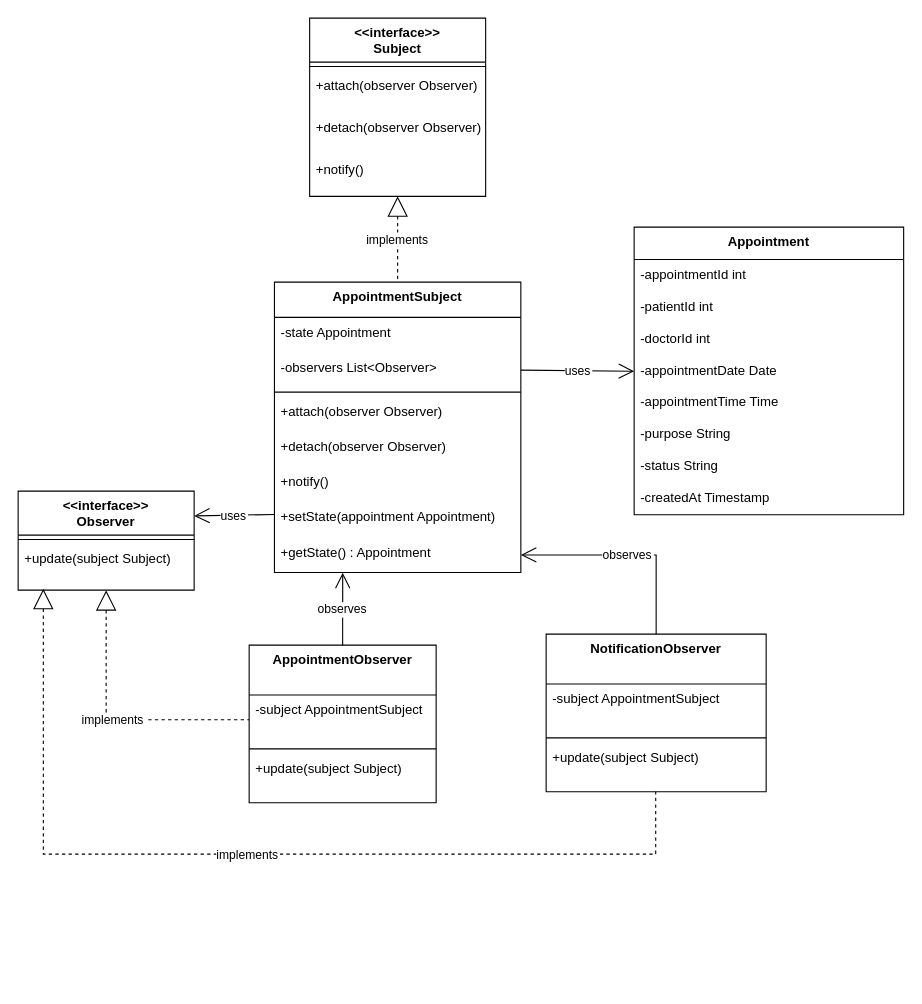
Before: uml/Observer.drawio in TAAgnes3110/DesignPatterns, a draw.io diagram. Source tidied: cells renumbered, new cells numbered last; positions are measured from the earlier drawing's top-left corner, leaving out a move shared by most shapes. Both pictures are drawn from the tidied source at 110%, with x=0, y=0 at pixel (18, 18).
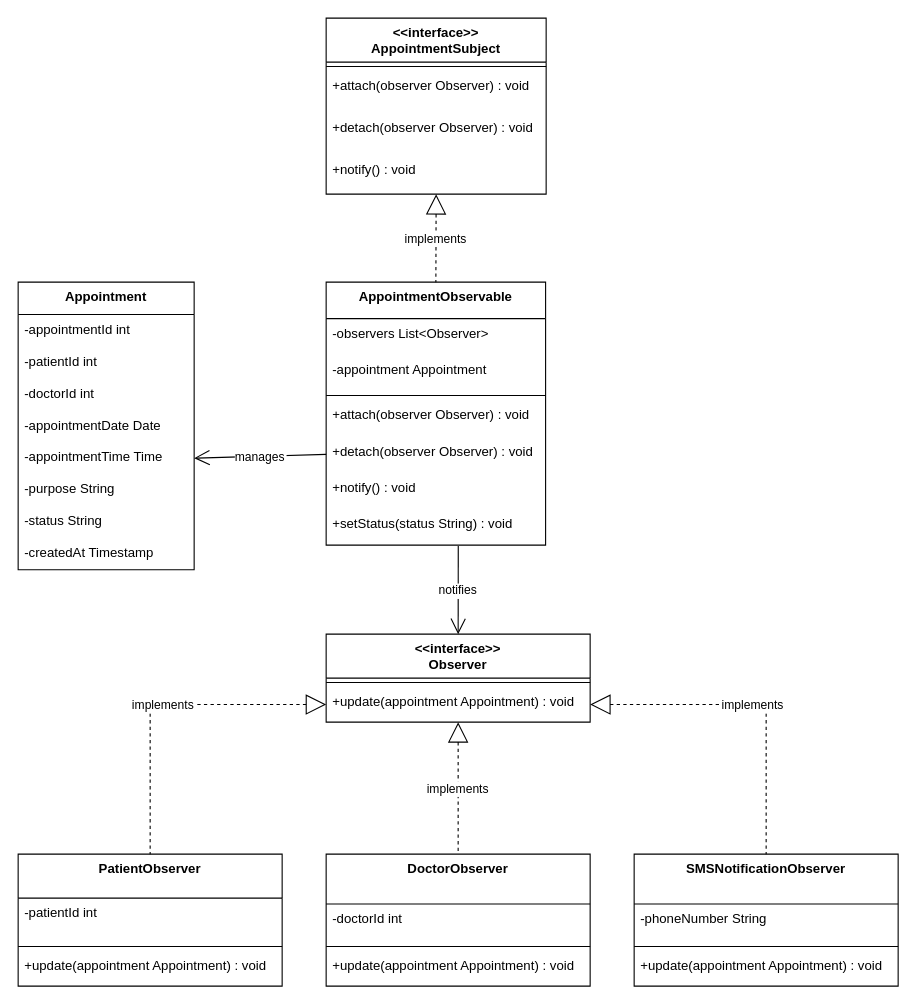
After the change.

Diff of the diagram source:
```diff
@@
-    <mxCell id="2" value="&lt;&lt;interface&gt;&gt;&#10;Subject" style="swimlane;fontStyle=1;align=center;verticalAlign=top;horizontal=1;startSize=40;" parent="1" vertex="1">
-      <mxGeometry x="265" width="160" height="162" as="geometry" />
-    </mxCell>
-    <mxCell id="3" style="line;strokeWidth=1;fillColor=none;align=left;verticalAlign=middle;spacingTop=-1;spacingLeft=3;spacingRight=3;labelPosition=right;strokeColor=inherit;" parent="2" vertex="1">
-      <mxGeometry y="40" width="160" height="8" as="geometry" />
-    </mxCell>
-    <mxCell id="4" value="+attach(observer Observer)" style="text;strokeColor=none;fillColor=none;align=left;verticalAlign=top;spacingLeft=4;spacingRight=4;overflow=hidden;" parent="2" vertex="1">
-      <mxGeometry y="48" width="160" height="38" as="geometry" />
-    </mxCell>
-    <mxCell id="5" value="+detach(observer Observer)" style="text;strokeColor=none;fillColor=none;align=left;verticalAlign=top;spacingLeft=4;spacingRight=4;overflow=hidden;" parent="2" vertex="1">
-      <mxGeometry y="86" width="160" height="38" as="geometry" />
-    </mxCell>
-    <mxCell id="6" value="+notify()" style="text;strokeColor=none;fillColor=none;align=left;verticalAlign=top;spacingLeft=4;spacingRight=4;overflow=hidden;" parent="2" vertex="1">
-      <mxGeometry y="124" width="160" height="38" as="geometry" />
-    </mxCell>
-    <mxCell id="7" value="AppointmentSubject" style="swimlane;fontStyle=1;align=center;verticalAlign=top;horizontal=1;startSize=32;" parent="1" vertex="1">
-      <mxGeometry x="233" y="240" width="224" height="264" as="geometry" />
-    </mxCell>
-    <mxCell id="8" value="-state Appointment" style="text;strokeColor=none;fillColor=none;align=left;verticalAlign=top;spacingLeft=4;spacingRight=4;overflow=hidden;" parent="7" vertex="1">
-      <mxGeometry y="32" width="224" height="32" as="geometry" />
-    </mxCell>
-    <mxCell id="9" value="-observers List&lt;Observer&gt;" style="text;strokeColor=none;fillColor=none;align=left;verticalAlign=top;spacingLeft=4;spacingRight=4;overflow=hidden;points=[[0,0.5],[1,0.5]];portConstraint=eastwest;" parent="7" vertex="1">
-      <mxGeometry y="64" width="224" height="32" as="geometry" />
-    </mxCell>
-    <mxCell id="10" style="line;strokeWidth=1;fillColor=none;align=left;verticalAlign=middle;spacingTop=-1;spacingLeft=3;spacingRight=3;labelPosition=right;strokeColor=inherit;" parent="7" vertex="1">
-      <mxGeometry y="96" width="224" height="8" as="geometry" />
-    </mxCell>
-    <mxCell id="11" value="+attach(observer Observer)" style="text;strokeColor=none;fillColor=none;align=left;verticalAlign=top;spacingLeft=4;spacingRight=4;overflow=hidden;" parent="7" vertex="1">
-      <mxGeometry y="104" width="224" height="32" as="geometry" />
-    </mxCell>
-    <mxCell id="12" value="+detach(observer Observer)" style="text;strokeColor=none;fillColor=none;align=left;verticalAlign=top;spacingLeft=4;spacingRight=4;overflow=hidden;" parent="7" vertex="1">
-      <mxGeometry y="136" width="224" height="32" as="geometry" />
-    </mxCell>
-    <mxCell id="13" value="+notify()" style="text;strokeColor=none;fillColor=none;align=left;verticalAlign=top;spacingLeft=4;spacingRight=4;overflow=hidden;" parent="7" vertex="1">
-      <mxGeometry y="168" width="224" height="32" as="geometry" />
-    </mxCell>
-    <mxCell id="14" value="+setState(appointment Appointment)" style="text;strokeColor=none;fillColor=none;align=left;verticalAlign=top;spacingLeft=4;spacingRight=4;overflow=hidden;" parent="7" vertex="1">
-      <mxGeometry y="200" width="224" height="32" as="geometry" />
-    </mxCell>
-    <mxCell id="15" value="+getState() : Appointment" style="text;strokeColor=none;fillColor=none;align=left;verticalAlign=top;spacingLeft=4;spacingRight=4;overflow=hidden;points=[[0,0.5],[1,0.5]];portConstraint=eastwest;" parent="7" vertex="1">
-      <mxGeometry y="232" width="224" height="32" as="geometry" />
-    </mxCell>
-    <mxCell id="16" value="&lt;&lt;interface&gt;&gt;&#10;Observer" style="swimlane;fontStyle=1;align=center;verticalAlign=top;horizontal=1;startSize=40;" parent="1" vertex="1">
-      <mxGeometry y="430" width="160" height="90" as="geometry" />
-    </mxCell>
-    <mxCell id="17" style="line;strokeWidth=1;fillColor=none;align=left;verticalAlign=middle;spacingTop=-1;spacingLeft=3;spacingRight=3;labelPosition=right;strokeColor=inherit;" parent="16" vertex="1">
-      <mxGeometry y="40" width="160" height="8" as="geometry" />
-    </mxCell>
-    <mxCell id="18" value="+update(subject Subject)" style="text;strokeColor=none;fillColor=none;align=left;verticalAlign=top;spacingLeft=4;spacingRight=4;overflow=hidden;points=[[0,0.5],[1,0.5]];portConstraint=eastwest;" parent="16" vertex="1">
-      <mxGeometry y="48" width="160" height="42" as="geometry" />
-    </mxCell>
-    <mxCell id="19" style="edgeStyle=orthogonalEdgeStyle;rounded=0;orthogonalLoop=1;jettySize=auto;html=1;exitX=1;exitY=0.5;exitDx=0;exitDy=0;" parent="16" edge="1" source="18" target="18">
-      <mxGeometry relative="1" as="geometry" />
-    </mxCell>
-    <mxCell id="20" value="AppointmentObserver" style="swimlane;fontStyle=1;align=center;verticalAlign=top;horizontal=1;startSize=45.333333333333336;" parent="1" vertex="1">
-      <mxGeometry x="210" y="570" width="170" height="143.3" as="geometry" />
-    </mxCell>
-    <mxCell id="21" value="-subject AppointmentSubject" style="text;strokeColor=none;fillColor=none;align=left;verticalAlign=top;spacingLeft=4;spacingRight=4;overflow=hidden;points=[[0,0.5],[1,0.5]];portConstraint=eastwest;" parent="20" vertex="1">
-      <mxGeometry y="45.3" width="170" height="45" as="geometry" />
-    </mxCell>
-    <mxCell id="22" style="line;strokeWidth=1;fillColor=none;align=left;verticalAlign=middle;spacingTop=-1;spacingLeft=3;spacingRight=3;labelPosition=right;strokeColor=inherit;" parent="20" vertex="1">
-      <mxGeometry y="90.3" width="170" height="8" as="geometry" />
-    </mxCell>
-    <mxCell id="23" value="+update(subject Subject)" style="text;strokeColor=none;fillColor=none;align=left;verticalAlign=top;spacingLeft=4;spacingRight=4;overflow=hidden;" parent="20" vertex="1">
-      <mxGeometry y="98.3" width="170" height="45" as="geometry" />
-    </mxCell>
-    <mxCell id="24" value="NotificationObserver" style="swimlane;fontStyle=1;align=center;verticalAlign=top;horizontal=1;startSize=45.333333333333336;" parent="1" vertex="1">
-      <mxGeometry x="480" y="560" width="200" height="143.3" as="geometry" />
-    </mxCell>
-    <mxCell id="25" value="-subject AppointmentSubject" style="text;strokeColor=none;fillColor=none;align=left;verticalAlign=top;spacingLeft=4;spacingRight=4;overflow=hidden;" parent="24" vertex="1">
-      <mxGeometry y="45.3" width="200" height="45" as="geometry" />
-    </mxCell>
-    <mxCell id="26" style="line;strokeWidth=1;fillColor=none;align=left;verticalAlign=middle;spacingTop=-1;spacingLeft=3;spacingRight=3;labelPosition=right;strokeColor=inherit;" parent="24" vertex="1">
-      <mxGeometry y="90.3" width="200" height="8" as="geometry" />
-    </mxCell>
-    <mxCell id="27" value="+update(subject Subject)" style="text;strokeColor=none;fillColor=none;align=left;verticalAlign=top;spacingLeft=4;spacingRight=4;overflow=hidden;points=[[0,0.5],[1,0.5]];portConstraint=eastwest;" parent="24" vertex="1">
-      <mxGeometry y="98.3" width="200" height="45" as="geometry" />
-    </mxCell>
     <mxCell id="28" value="Appointment" style="swimlane;fontStyle=1;align=center;verticalAlign=top;horizontal=1;startSize=29.473684210526315;" parent="1" vertex="1">
-      <mxGeometry x="560" y="190" width="245" height="261.5" as="geometry" />
+      <mxGeometry y="240" width="160" height="261.5" as="geometry" />
     </mxCell>
     <mxCell id="29" value="-appointmentId int" style="text;strokeColor=none;fillColor=none;align=left;verticalAlign=top;spacingLeft=4;spacingRight=4;overflow=hidden;" parent="28" vertex="1">
-      <mxGeometry y="29.5" width="245" height="29" as="geometry" />
+      <mxGeometry y="29.5" width="160" height="29" as="geometry" />
     </mxCell>
-    <mxCell id="30" value="-patientId int" style="text;strokeColor=none;fillColor=none;align=left;verticalAlign=top;spacingLeft=4;spacingRight=4;overflow=hidden;" parent="28" vertex="1">
-      <mxGeometry y="58.5" width="245" height="29" as="geometry" />
-    </mxCell>
-    <mxCell id="31" value="-doctorId int" style="text;strokeColor=none;fillColor=none;align=left;verticalAlign=top;spacingLeft=4;spacingRight=4;overflow=hidden;" parent="28" vertex="1">
-      <mxGeometry y="87.5" width="245" height="29" as="geometry" />
-    </mxCell>
+    <mxCell id="44" value="-patientId int" style="text;strokeColor=none;fillColor=none;align=left;verticalAlign=top;spacingLeft=4;spacingRight=4;overflow=hidden;" parent="28" vertex="1">
+      <mxGeometry y="58.5" width="160" height="29" as="geometry" />
+    </mxCell>
+    <mxCell id="45" value="-doctorId int" style="text;strokeColor=none;fillColor=none;align=left;verticalAlign=top;spacingLeft=4;spacingRight=4;overflow=hidden;" parent="28" vertex="1">
+      <mxGeometry y="87.5" width="160" height="29" as="geometry" />
+    </mxCell>
     <mxCell id="32" value="-appointmentDate Date" style="text;strokeColor=none;fillColor=none;align=left;verticalAlign=top;spacingLeft=4;spacingRight=4;overflow=hidden;points=[[0,0.5],[1,0.5]];portConstraint=eastwest;" parent="28" vertex="1">
-      <mxGeometry y="116.5" width="245" height="29" as="geometry" />
+      <mxGeometry y="116.5" width="160" height="29" as="geometry" />
     </mxCell>
     <mxCell id="33" value="-appointmentTime Time" style="text;strokeColor=none;fillColor=none;align=left;verticalAlign=top;spacingLeft=4;spacingRight=4;overflow=hidden;points=[[0,0.5],[1,0.5]];portConstraint=eastwest;" parent="28" vertex="1">
-      <mxGeometry y="145.5" width="245" height="29" as="geometry" />
+      <mxGeometry y="145.5" width="160" height="29" as="geometry" />
     </mxCell>
     <mxCell id="34" value="-purpose String" style="text;strokeColor=none;fillColor=none;align=left;verticalAlign=top;spacingLeft=4;spacingRight=4;overflow=hidden;" parent="28" vertex="1">
-      <mxGeometry y="174.5" width="245" height="29" as="geometry" />
+      <mxGeometry y="174.5" width="160" height="29" as="geometry" />
     </mxCell>
     <mxCell id="35" value="-status String" style="text;strokeColor=none;fillColor=none;align=left;verticalAlign=top;spacingLeft=4;spacingRight=4;overflow=hidden;" parent="28" vertex="1">
-      <mxGeometry y="203.5" width="245" height="29" as="geometry" />
+      <mxGeometry y="203.5" width="160" height="29" as="geometry" />
     </mxCell>
     <mxCell id="36" value="-createdAt Timestamp" style="text;strokeColor=none;fillColor=none;align=left;verticalAlign=top;spacingLeft=4;spacingRight=4;overflow=hidden;" parent="28" vertex="1">
-      <mxGeometry y="232.5" width="245" height="29" as="geometry" />
+      <mxGeometry y="232.5" width="160" height="29" as="geometry" />
     </mxCell>
-    <mxCell id="37" value="implements" style="dashed=1;startArrow=block;startSize=16;startFill=0;endArrow=none;exitX=0.5;exitY=1;entryX=0.5;entryY=0;rounded=0;" parent="1" edge="1" source="2" target="7">
-      <mxGeometry relative="1" as="geometry" />
-    </mxCell>
-    <mxCell id="38" value="implements" style="dashed=1;startArrow=block;startSize=16;startFill=0;endArrow=none;exitX=0.5;exitY=1;entryX=0;entryY=0.5;rounded=0;edgeStyle=orthogonalEdgeStyle;entryDx=0;entryDy=0;" parent="1" edge="1" source="16" target="21">
-      <mxGeometry relative="1" as="geometry" />
-    </mxCell>
-    <mxCell id="39" value="implements" style="dashed=1;startArrow=block;startSize=16;startFill=0;endArrow=none;exitX=0.143;exitY=0.972;entryX=0.498;entryY=0.999;rounded=0;exitDx=0;exitDy=0;exitPerimeter=0;entryDx=0;entryDy=0;entryPerimeter=0;edgeStyle=orthogonalEdgeStyle;" parent="1" edge="1" source="18" target="27">
-      <mxGeometry relative="1" as="geometry">
-        <Array as="points">
-          <mxPoint x="23" y="760" />
-          <mxPoint x="580" y="760" />
-          <mxPoint x="580" y="703" />
-        </Array>
-      </mxGeometry>
-    </mxCell>
-    <mxCell id="40" value="uses" style="startArrow=none;endArrow=open;endSize=12;exitX=0;exitY=0.8;rounded=0;entryX=1;entryY=0.25;entryDx=0;entryDy=0;" parent="1" edge="1" source="7" target="16">
-      <mxGeometry relative="1" as="geometry" />
-    </mxCell>
-    <mxCell id="41" value="observes" style="startArrow=none;endArrow=open;endSize=12;exitX=0.5;exitY=0;rounded=0;exitDx=0;exitDy=0;entryX=0.277;entryY=1.006;entryDx=0;entryDy=0;entryPerimeter=0;" parent="1" edge="1" source="20" target="15">
-      <mxGeometry relative="1" as="geometry" />
-    </mxCell>
-    <mxCell id="42" value="observes" style="startArrow=none;endArrow=open;endSize=12;entryX=1;entryY=0.5;rounded=0;exitX=0.5;exitY=0;exitDx=0;exitDy=0;entryDx=0;entryDy=0;edgeStyle=orthogonalEdgeStyle;" parent="1" edge="1" source="24" target="15">
-      <mxGeometry relative="1" as="geometry" />
-    </mxCell>
-    <mxCell id="43" value="uses" style="startArrow=none;endArrow=open;endSize=12;exitX=1;exitY=0.5;entryX=0;entryY=0.5;rounded=0;exitDx=0;exitDy=0;entryDx=0;entryDy=0;" parent="1" edge="1" source="9" target="32">
-      <mxGeometry relative="1" as="geometry" />
-    </mxCell>
+    <mxCell id="46" value="&lt;&lt;interface&gt;&gt;&#10;AppointmentSubject" style="swimlane;fontStyle=1;align=center;verticalAlign=top;horizontal=1;startSize=40;" parent="1" vertex="1">
+      <mxGeometry x="280" width="200" height="160" as="geometry" />
+    </mxCell>
+    <mxCell id="47" style="line;strokeWidth=1;fillColor=none;align=left;verticalAlign=middle;spacingTop=-1;spacingLeft=3;spacingRight=3;labelPosition=right;strokeColor=inherit;" parent="46" vertex="1">
+      <mxGeometry y="40" width="200" height="8" as="geometry" />
+    </mxCell>
+    <mxCell id="48" value="+attach(observer Observer) : void" style="text;strokeColor=none;fillColor=none;align=left;verticalAlign=top;spacingLeft=4;spacingRight=4;overflow=hidden;" parent="46" vertex="1">
+      <mxGeometry y="48" width="200" height="38" as="geometry" />
+    </mxCell>
+    <mxCell id="49" value="+detach(observer Observer) : void" style="text;strokeColor=none;fillColor=none;align=left;verticalAlign=top;spacingLeft=4;spacingRight=4;overflow=hidden;" parent="46" vertex="1">
+      <mxGeometry y="86" width="200" height="38" as="geometry" />
+    </mxCell>
+    <mxCell id="50" value="+notify() : void" style="text;strokeColor=none;fillColor=none;align=left;verticalAlign=top;spacingLeft=4;spacingRight=4;overflow=hidden;" parent="46" vertex="1">
+      <mxGeometry y="124" width="200" height="36" as="geometry" />
+    </mxCell>
+    <mxCell id="51" value="AppointmentObservable" style="swimlane;fontStyle=1;align=center;verticalAlign=top;horizontal=1;startSize=33.142857142857146;" parent="1" vertex="1">
+      <mxGeometry x="280" y="240" width="199.5" height="239.1" as="geometry" />
+    </mxCell>
+    <mxCell id="9" value="-observers List&lt;Observer&gt;" style="text;strokeColor=none;fillColor=none;align=left;verticalAlign=top;spacingLeft=4;spacingRight=4;overflow=hidden;points=[[0,0.5],[1,0.5]];portConstraint=eastwest;" parent="51" vertex="1">
+      <mxGeometry y="33.1" width="199.5" height="33" as="geometry" />
+    </mxCell>
+    <mxCell id="52" value="-appointment Appointment" style="text;strokeColor=none;fillColor=none;align=left;verticalAlign=top;spacingLeft=4;spacingRight=4;overflow=hidden;" parent="51" vertex="1">
+      <mxGeometry y="66.1" width="199.5" height="33" as="geometry" />
+    </mxCell>
+    <mxCell id="53" style="line;strokeWidth=1;fillColor=none;align=left;verticalAlign=middle;spacingTop=-1;spacingLeft=3;spacingRight=3;labelPosition=right;strokeColor=inherit;" parent="51" vertex="1">
+      <mxGeometry y="99.1" width="199.5" height="8" as="geometry" />
+    </mxCell>
+    <mxCell id="54" value="+attach(observer Observer) : void" style="text;strokeColor=none;fillColor=none;align=left;verticalAlign=top;spacingLeft=4;spacingRight=4;overflow=hidden;" parent="51" vertex="1">
+      <mxGeometry y="107.1" width="199.5" height="33" as="geometry" />
+    </mxCell>
+    <mxCell id="55" value="+detach(observer Observer) : void" style="text;strokeColor=none;fillColor=none;align=left;verticalAlign=top;spacingLeft=4;spacingRight=4;overflow=hidden;points=[[0,0.5],[1,0.5]];portConstraint=eastwest;" parent="51" vertex="1">
+      <mxGeometry y="140.1" width="199.5" height="33" as="geometry" />
+    </mxCell>
+    <mxCell id="56" value="+notify() : void" style="text;strokeColor=none;fillColor=none;align=left;verticalAlign=top;spacingLeft=4;spacingRight=4;overflow=hidden;" parent="51" vertex="1">
+      <mxGeometry y="173.1" width="199.5" height="33" as="geometry" />
+    </mxCell>
+    <mxCell id="57" value="+setStatus(status String) : void" style="text;strokeColor=none;fillColor=none;align=left;verticalAlign=top;spacingLeft=4;spacingRight=4;overflow=hidden;points=[[0,0.5],[1,0.5]];portConstraint=eastwest;" parent="51" vertex="1">
+      <mxGeometry y="206.1" width="199.5" height="33" as="geometry" />
+    </mxCell>
+    <mxCell id="16" value="&lt;&lt;interface&gt;&gt;&#10;Observer" style="swimlane;fontStyle=1;align=center;verticalAlign=top;horizontal=1;startSize=40;" parent="1" vertex="1">
+      <mxGeometry x="280" y="560" width="240" height="80" as="geometry" />
+    </mxCell>
+    <mxCell id="58" style="line;strokeWidth=1;fillColor=none;align=left;verticalAlign=middle;spacingTop=-1;spacingLeft=3;spacingRight=3;labelPosition=right;strokeColor=inherit;" parent="16" vertex="1">
+      <mxGeometry y="40" width="240" height="8" as="geometry" />
+    </mxCell>
+    <mxCell id="59" value="+update(appointment Appointment) : void" style="text;strokeColor=none;fillColor=none;align=left;verticalAlign=top;spacingLeft=4;spacingRight=4;overflow=hidden;points=[[0,0.5],[1,0.5]];portConstraint=eastwest;" parent="16" vertex="1">
+      <mxGeometry y="48" width="240" height="32" as="geometry" />
+    </mxCell>
+    <mxCell id="60" value="PatientObserver" style="swimlane;fontStyle=1;align=center;verticalAlign=top;horizontal=1;startSize=40;" parent="1" vertex="1">
+      <mxGeometry y="760" width="240" height="120" as="geometry" />
+    </mxCell>
+    <mxCell id="61" value="-patientId int" style="text;strokeColor=none;fillColor=none;align=left;verticalAlign=top;spacingLeft=4;spacingRight=4;overflow=hidden;" parent="60" vertex="1">
+      <mxGeometry y="40" width="240" height="40" as="geometry" />
+    </mxCell>
+    <mxCell id="62" style="line;strokeWidth=1;fillColor=none;align=left;verticalAlign=middle;spacingTop=-1;spacingLeft=3;spacingRight=3;labelPosition=right;strokeColor=inherit;" parent="60" vertex="1">
+      <mxGeometry y="80" width="240" height="8" as="geometry" />
+    </mxCell>
+    <mxCell id="63" value="+update(appointment Appointment) : void" style="text;strokeColor=none;fillColor=none;align=left;verticalAlign=top;spacingLeft=4;spacingRight=4;overflow=hidden;" parent="60" vertex="1">
+      <mxGeometry y="88" width="240" height="32" as="geometry" />
+    </mxCell>
+    <mxCell id="64" value="DoctorObserver" style="swimlane;fontStyle=1;align=center;verticalAlign=top;horizontal=1;startSize=45.333333333333336;" parent="1" vertex="1">
+      <mxGeometry x="280" y="760" width="240" height="120" as="geometry" />
+    </mxCell>
+    <mxCell id="65" value="-doctorId int" style="text;strokeColor=none;fillColor=none;align=left;verticalAlign=top;spacingLeft=4;spacingRight=4;overflow=hidden;" parent="64" vertex="1">
+      <mxGeometry y="45.3" width="240" height="34.7" as="geometry" />
+    </mxCell>
+    <mxCell id="66" style="line;strokeWidth=1;fillColor=none;align=left;verticalAlign=middle;spacingTop=-1;spacingLeft=3;spacingRight=3;labelPosition=right;strokeColor=inherit;" parent="64" vertex="1">
+      <mxGeometry y="80" width="240" height="8" as="geometry" />
+    </mxCell>
+    <mxCell id="67" value="+update(appointment Appointment) : void" style="text;strokeColor=none;fillColor=none;align=left;verticalAlign=top;spacingLeft=4;spacingRight=4;overflow=hidden;" parent="64" vertex="1">
+      <mxGeometry y="88" width="240" height="32" as="geometry" />
+    </mxCell>
+    <mxCell id="68" value="SMSNotificationObserver" style="swimlane;fontStyle=1;align=center;verticalAlign=top;horizontal=1;startSize=45.333333333333336;" parent="1" vertex="1">
+      <mxGeometry x="560" y="760" width="240" height="120" as="geometry" />
+    </mxCell>
+    <mxCell id="69" value="-phoneNumber String" style="text;strokeColor=none;fillColor=none;align=left;verticalAlign=top;spacingLeft=4;spacingRight=4;overflow=hidden;" parent="68" vertex="1">
+      <mxGeometry y="45.3" width="240" height="34.7" as="geometry" />
+    </mxCell>
+    <mxCell id="70" style="line;strokeWidth=1;fillColor=none;align=left;verticalAlign=middle;spacingTop=-1;spacingLeft=3;spacingRight=3;labelPosition=right;strokeColor=inherit;" parent="68" vertex="1">
+      <mxGeometry y="80" width="240" height="8" as="geometry" />
+    </mxCell>
+    <mxCell id="71" value="+update(appointment Appointment) : void" style="text;strokeColor=none;fillColor=none;align=left;verticalAlign=top;spacingLeft=4;spacingRight=4;overflow=hidden;" parent="68" vertex="1">
+      <mxGeometry y="88" width="240" height="32" as="geometry" />
+    </mxCell>
+    <mxCell id="72" value="implements" style="dashed=1;startArrow=block;startSize=16;startFill=0;endArrow=none;exitX=0.5;exitY=1;entryX=0.5;entryY=0;rounded=0;" parent="1" edge="1" source="46" target="51">
+      <mxGeometry relative="1" as="geometry" />
+    </mxCell>
+    <mxCell id="73" value="implements" style="dashed=1;startArrow=block;startSize=16;startFill=0;endArrow=none;exitX=0;exitY=0.5;entryX=0.5;entryY=0;rounded=0;exitDx=0;exitDy=0;edgeStyle=orthogonalEdgeStyle;" parent="1" edge="1" source="59" target="60">
+      <mxGeometry relative="1" as="geometry" />
+    </mxCell>
+    <mxCell id="74" value="implements" style="dashed=1;startArrow=block;startSize=16;startFill=0;endArrow=none;exitX=0.5;exitY=1;entryX=0.5;entryY=0;rounded=0;" parent="1" edge="1" source="16" target="64">
+      <mxGeometry relative="1" as="geometry" />
+    </mxCell>
+    <mxCell id="75" value="implements" style="dashed=1;startArrow=block;startSize=16;startFill=0;endArrow=none;exitX=1;exitY=0.5;entryX=0.5;entryY=0;rounded=0;exitDx=0;exitDy=0;edgeStyle=orthogonalEdgeStyle;" parent="1" edge="1" source="59" target="68">
+      <mxGeometry relative="1" as="geometry" />
+    </mxCell>
+    <mxCell id="76" value="notifies" style="startArrow=none;endArrow=open;endSize=12;exitX=0.602;exitY=1.026;entryX=0.5;entryY=0;rounded=0;exitDx=0;exitDy=0;exitPerimeter=0;" parent="1" edge="1" source="57" target="16">
+      <mxGeometry relative="1" as="geometry" />
+    </mxCell>
+    <mxCell id="77" value="manages" style="startArrow=none;endArrow=open;endSize=12;exitX=0;exitY=0.5;entryX=1;entryY=0.5;rounded=0;exitDx=0;exitDy=0;entryDx=0;entryDy=0;" parent="1" edge="1" source="55" target="33">
+      <mxGeometry relative="1" as="geometry" />
+    </mxCell>
```
